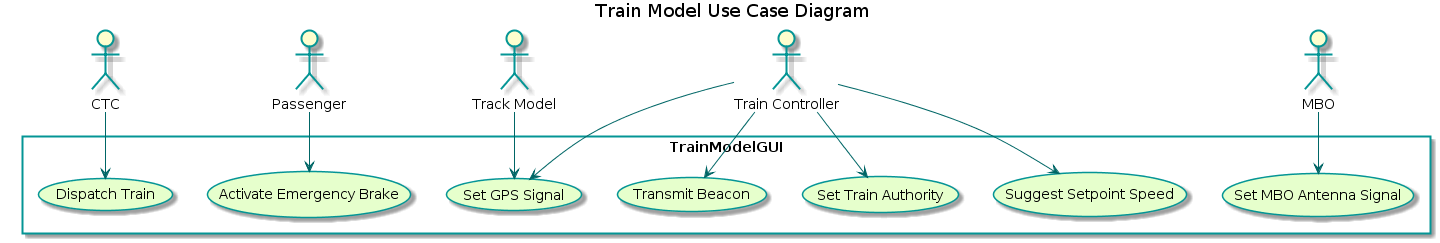
Earlier version of the PlantUML export TrainSystem/yUML/Usecase Diagrams/TrainModelUseCaseDiagram.png (kevingilboy/COE1186). Its diagram source:
```plantuml
@startuml
title Train Model Use Case Diagram
skinparam usecaseBackgroundColor #e6ffcc
skinparam usecaseBorderColor 	#049595
skinparam actorBorderColor 	#049595
skinparam packageBorderCOlor  #049595
skinparam arrowColor #006666

:CTC: as ctc
:Passenger: as p
:Track Model: as tkm
:Train Controller: as tnc
:MBO: as mbo

rectangle TrainModelGUI{
    (Dispatch Train)
	(Activate Emergency Brake)
    (Suggest Setpoint Speed)
    (Set Train Authority)
    (Set GPS Signal)
    (Transmit Beacon)
    (Set MBO Antenna Signal)
}

ctc --> (Dispatch Train)
p --> (Activate Emergency Brake)
tkm --> (Set GPS Signal)
tnc --> (Set GPS Signal)
tnc --> (Transmit Beacon)
tnc --> (Suggest Setpoint Speed)
tnc --> (Set Train Authority)
mbo --> (Set MBO Antenna Signal)
@enduml
```
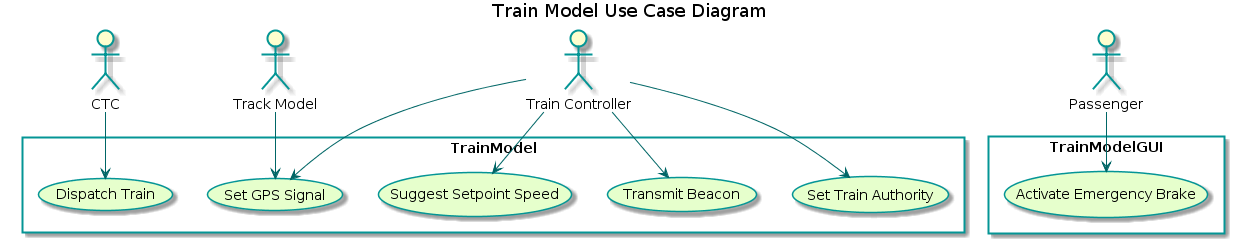
The same diagram one commit later.

Diff of the diagram source:
```diff
@@ -10,24 +10,26 @@
 :Passenger: as p
 :Track Model: as tkm
 :Train Controller: as tnc
-:MBO: as mbo
 
 rectangle TrainModelGUI{
+	(Activate Emergency Brake)
+}
+
+rectangle TrainModel{
     (Dispatch Train)
-	(Activate Emergency Brake)
     (Suggest Setpoint Speed)
     (Set Train Authority)
     (Set GPS Signal)
     (Transmit Beacon)
-    (Set MBO Antenna Signal)
 }
 
+p --> (Activate Emergency Brake)
+
 ctc --> (Dispatch Train)
-p --> (Activate Emergency Brake)
+
 tkm --> (Set GPS Signal)
 tnc --> (Set GPS Signal)
 tnc --> (Transmit Beacon)
 tnc --> (Suggest Setpoint Speed)
 tnc --> (Set Train Authority)
-mbo --> (Set MBO Antenna Signal)
 @enduml
```
